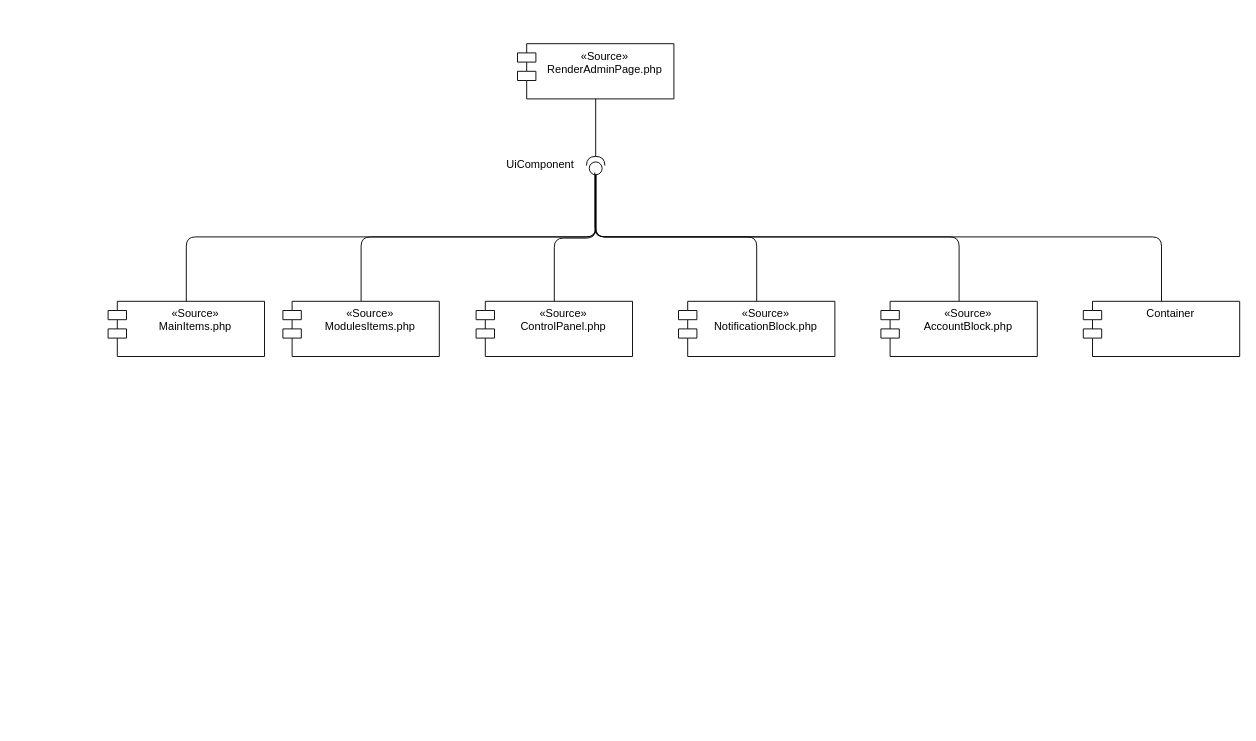
This is application architecture.drawio from VadimContentHunter/admin-panel, a draw.io file, before an edit. Source tidied: cells renumbered, new cells numbered last; positions are measured from the earlier drawing's top-left corner, leaving out a move shared by most shapes. Both pictures are drawn from the tidied source at 92%, with x=0, y=0 at pixel (108, 43).
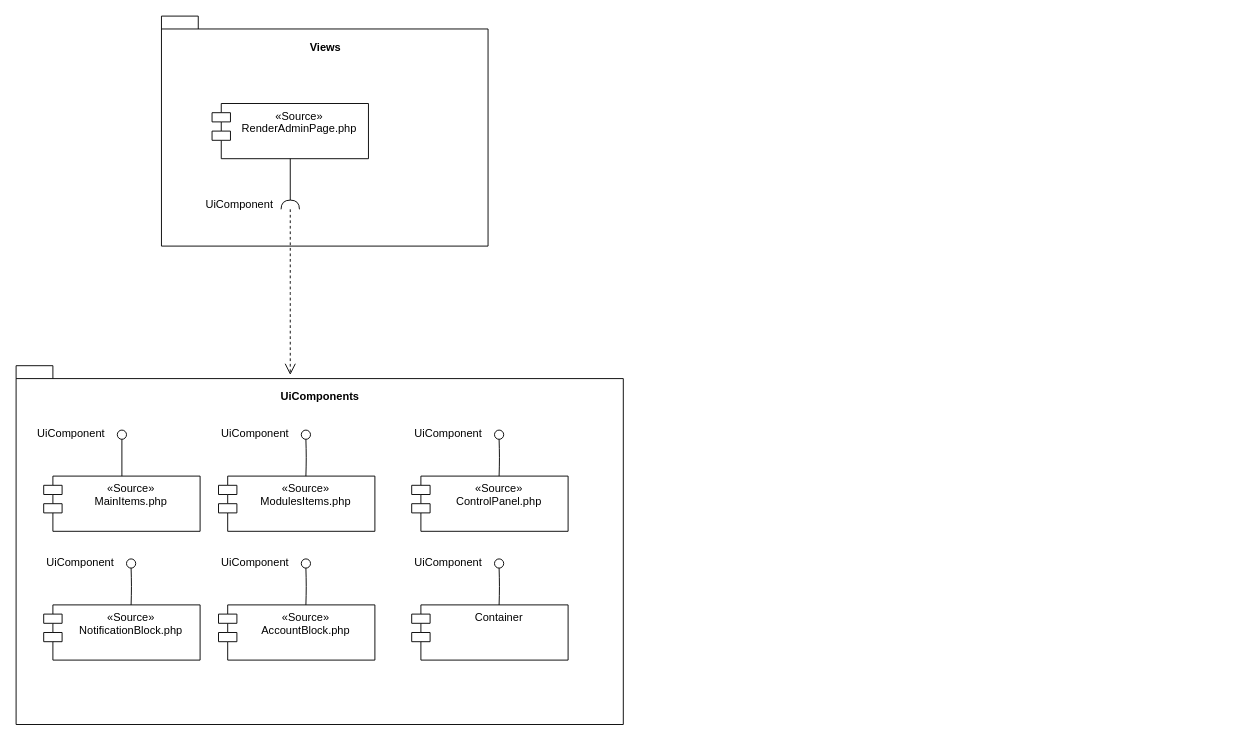
Above is the later version.

What changed in the source:
```diff
@@
+    <mxCell id="18" style="group;" parent="1" vertex="1">
+      <mxGeometry x="-100" y="350" width="660" height="390" as="geometry" />
+    </mxCell>
+    <mxCell id="19" value="UiComponents" style="shape=folder;fontStyle=1;spacingTop=20;tabWidth=40;tabHeight=14;tabPosition=left;align=center;spacing=2;fontColor=default;html=1;verticalAlign=top;" parent="18" vertex="1">
+      <mxGeometry width="660" height="390" as="geometry" />
+    </mxCell>
+    <mxCell id="5" value="«Source»&#10;MainItems.php" style="shape=module;align=left;spacingLeft=20;align=center;verticalAlign=top;" parent="18" vertex="1">
+      <mxGeometry x="30" y="120" width="170" height="60" as="geometry" />
+    </mxCell>
+    <mxCell id="9" value="«Source»&#10;ModulesItems.php" style="shape=module;align=left;spacingLeft=20;align=center;verticalAlign=top;" parent="18" vertex="1">
+      <mxGeometry x="220" y="120" width="170" height="60" as="geometry" />
+    </mxCell>
+    <mxCell id="11" value="«Source»&#10;ControlPanel.php" style="shape=module;align=left;spacingLeft=20;align=center;verticalAlign=top;" parent="18" vertex="1">
+      <mxGeometry x="430" y="120" width="170" height="60" as="geometry" />
+    </mxCell>
+    <mxCell id="13" value="«Source»&#10;NotificationBlock.php" style="shape=module;align=left;spacingLeft=20;align=center;verticalAlign=top;" parent="18" vertex="1">
+      <mxGeometry x="30" y="260" width="170" height="60" as="geometry" />
+    </mxCell>
+    <mxCell id="15" value="«Source»&#10;AccountBlock.php" style="shape=module;align=left;spacingLeft=20;align=center;verticalAlign=top;" parent="18" vertex="1">
+      <mxGeometry x="220" y="260" width="170" height="60" as="geometry" />
+    </mxCell>
+    <mxCell id="17" value="Container" style="shape=module;align=left;spacingLeft=20;align=center;verticalAlign=top;" parent="18" vertex="1">
+      <mxGeometry x="430" y="260" width="170" height="60" as="geometry" />
+    </mxCell>
+    <mxCell id="20" style="ellipse;whiteSpace=wrap;html=1;align=center;points=[];outlineConnect=0;sketch=0;strokeWidth=1;fontSize=12;" parent="18" vertex="1">
+      <mxGeometry x="110" y="70" width="10" height="10" as="geometry" />
+    </mxCell>
+    <mxCell id="21" style="edgeStyle=orthogonalEdgeStyle;rounded=1;jumpStyle=none;html=1;strokeWidth=1;fontColor=default;startArrow=none;startFill=0;endArrow=none;endFill=0;endSize=10;" parent="18" edge="1" source="5" target="20">
+      <mxGeometry relative="1" as="geometry" />
+    </mxCell>
+    <mxCell id="22" value="UiComponent" style="text;html=1;strokeColor=none;fillColor=none;align=center;verticalAlign=middle;whiteSpace=wrap;rounded=0;" parent="18" vertex="1">
+      <mxGeometry x="20" y="67.5" width="80" height="12.5" as="geometry" />
+    </mxCell>
+    <mxCell id="23" style="ellipse;whiteSpace=wrap;html=1;align=center;points=[];outlineConnect=0;sketch=0;strokeWidth=1;fontSize=12;" parent="18" vertex="1">
+      <mxGeometry x="310" y="70" width="10" height="10" as="geometry" />
+    </mxCell>
+    <mxCell id="24" style="edgeStyle=orthogonalEdgeStyle;rounded=1;jumpStyle=none;html=1;strokeWidth=1;fontColor=default;startArrow=none;startFill=0;endArrow=none;endFill=0;endSize=10;" parent="18" edge="1" target="23">
+      <mxGeometry relative="1" as="geometry">
+        <mxPoint x="315" y="120" as="sourcePoint" />
+      </mxGeometry>
+    </mxCell>
+    <mxCell id="25" value="UiComponent" style="text;html=1;strokeColor=none;fillColor=none;align=center;verticalAlign=middle;whiteSpace=wrap;rounded=0;" parent="18" vertex="1">
+      <mxGeometry x="220" y="67.5" width="80" height="12.5" as="geometry" />
+    </mxCell>
+    <mxCell id="26" style="ellipse;whiteSpace=wrap;html=1;align=center;points=[];outlineConnect=0;sketch=0;strokeWidth=1;fontSize=12;" parent="18" vertex="1">
+      <mxGeometry x="520" y="70" width="10" height="10" as="geometry" />
+    </mxCell>
+    <mxCell id="27" style="edgeStyle=orthogonalEdgeStyle;rounded=1;jumpStyle=none;html=1;strokeWidth=1;fontColor=default;startArrow=none;startFill=0;endArrow=none;endFill=0;endSize=10;" parent="18" edge="1" target="26">
+      <mxGeometry relative="1" as="geometry">
+        <mxPoint x="525" y="120" as="sourcePoint" />
+      </mxGeometry>
+    </mxCell>
+    <mxCell id="28" value="UiComponent" style="text;html=1;strokeColor=none;fillColor=none;align=center;verticalAlign=middle;whiteSpace=wrap;rounded=0;" parent="18" vertex="1">
+      <mxGeometry x="430" y="67.5" width="80" height="12.5" as="geometry" />
+    </mxCell>
+    <mxCell id="29" style="ellipse;whiteSpace=wrap;html=1;align=center;points=[];outlineConnect=0;sketch=0;strokeWidth=1;fontSize=12;" parent="18" vertex="1">
+      <mxGeometry x="520" y="210" width="10" height="10" as="geometry" />
+    </mxCell>
+    <mxCell id="30" style="edgeStyle=orthogonalEdgeStyle;rounded=1;jumpStyle=none;html=1;strokeWidth=1;fontColor=default;startArrow=none;startFill=0;endArrow=none;endFill=0;endSize=10;" parent="18" edge="1" target="29">
+      <mxGeometry relative="1" as="geometry">
+        <mxPoint x="525" y="260" as="sourcePoint" />
+      </mxGeometry>
+    </mxCell>
+    <mxCell id="31" value="UiComponent" style="text;html=1;strokeColor=none;fillColor=none;align=center;verticalAlign=middle;whiteSpace=wrap;rounded=0;" parent="18" vertex="1">
+      <mxGeometry x="430" y="207.5" width="80" height="12.5" as="geometry" />
+    </mxCell>
+    <mxCell id="32" style="ellipse;whiteSpace=wrap;html=1;align=center;points=[];outlineConnect=0;sketch=0;strokeWidth=1;fontSize=12;" parent="18" vertex="1">
+      <mxGeometry x="310" y="210" width="10" height="10" as="geometry" />
+    </mxCell>
+    <mxCell id="33" style="edgeStyle=orthogonalEdgeStyle;rounded=1;jumpStyle=none;html=1;strokeWidth=1;fontColor=default;startArrow=none;startFill=0;endArrow=none;endFill=0;endSize=10;" parent="18" edge="1" target="32">
+      <mxGeometry relative="1" as="geometry">
+        <mxPoint x="315" y="260" as="sourcePoint" />
+      </mxGeometry>
+    </mxCell>
+    <mxCell id="34" value="UiComponent" style="text;html=1;strokeColor=none;fillColor=none;align=center;verticalAlign=middle;whiteSpace=wrap;rounded=0;" parent="18" vertex="1">
+      <mxGeometry x="220" y="207.5" width="80" height="12.5" as="geometry" />
+    </mxCell>
+    <mxCell id="35" style="ellipse;whiteSpace=wrap;html=1;align=center;points=[];outlineConnect=0;sketch=0;strokeWidth=1;fontSize=12;" parent="18" vertex="1">
+      <mxGeometry x="120" y="210" width="10" height="10" as="geometry" />
+    </mxCell>
+    <mxCell id="36" style="edgeStyle=orthogonalEdgeStyle;rounded=1;jumpStyle=none;html=1;strokeWidth=1;fontColor=default;startArrow=none;startFill=0;endArrow=none;endFill=0;endSize=10;" parent="18" edge="1" target="35">
+      <mxGeometry relative="1" as="geometry">
+        <mxPoint x="125" y="260" as="sourcePoint" />
+      </mxGeometry>
+    </mxCell>
+    <mxCell id="37" value="UiComponent" style="text;html=1;strokeColor=none;fillColor=none;align=center;verticalAlign=middle;whiteSpace=wrap;rounded=0;" parent="18" vertex="1">
+      <mxGeometry x="30" y="207.5" width="80" height="12.5" as="geometry" />
+    </mxCell>
+    <mxCell id="38" style="group;" parent="1" vertex="1">
+      <mxGeometry x="58" y="-30" width="355" height="250" as="geometry" />
+    </mxCell>
+    <mxCell id="39" value="Views" style="shape=folder;fontStyle=1;spacingTop=20;tabWidth=40;tabHeight=14;tabPosition=left;html=1;fontColor=default;verticalAlign=top;" parent="38" vertex="1">
+      <mxGeometry width="355" height="250" as="geometry" />
+    </mxCell>
-    <mxCell id="2" value="«Source»&#10;RenderAdminPage.php" style="shape=module;align=left;spacingLeft=20;align=center;verticalAlign=top;" parent="1" vertex="1">
-      <mxGeometry x="445" width="170" height="60" as="geometry" />
+    <mxCell id="2" value="«Source»&#10;RenderAdminPage.php" style="shape=module;align=left;spacingLeft=20;align=center;verticalAlign=top;" parent="38" vertex="1">
+      <mxGeometry x="55" y="95" width="170" height="60" as="geometry" />
     </mxCell>
-    <mxCell id="3" style="rounded=0;jettySize=auto;html=1;endArrow=none;endFill=0;sketch=0;sourcePerimeterSpacing=0;targetPerimeterSpacing=0;" parent="1" edge="1" source="2" target="6">
+    <mxCell id="3" style="rounded=0;jettySize=auto;html=1;endArrow=none;endFill=0;sketch=0;sourcePerimeterSpacing=0;targetPerimeterSpacing=0;" parent="38" edge="1" source="2" target="40">
       <mxGeometry relative="1" as="geometry" />
     </mxCell>
-    <mxCell id="4" value="UiComponent" style="text;html=1;strokeColor=none;fillColor=none;align=center;verticalAlign=middle;whiteSpace=wrap;rounded=0;" parent="1" vertex="1">
-      <mxGeometry x="430" y="126.2" width="80" height="12.5" as="geometry" />
+    <mxCell id="4" value="UiComponent" style="text;html=1;strokeColor=none;fillColor=none;align=center;verticalAlign=middle;whiteSpace=wrap;rounded=0;" parent="38" vertex="1">
+      <mxGeometry x="45" y="198.8" width="80" height="12.5" as="geometry" />
     </mxCell>
-    <mxCell id="5" value="«Source»&#10;MainItems.php" style="shape=module;align=left;spacingLeft=20;align=center;verticalAlign=top;" parent="1" vertex="1">
-      <mxGeometry y="280" width="170" height="60" as="geometry" />
-    </mxCell>
-    <mxCell id="6" style="shape=providedRequiredInterface;html=1;verticalLabelPosition=bottom;sketch=0;rotation=-90;" parent="1" vertex="1">
-      <mxGeometry x="520" y="122.5" width="20" height="20" as="geometry" />
-    </mxCell>
-    <mxCell id="7" style="rounded=1;jettySize=auto;html=1;endArrow=none;endFill=0;sketch=0;sourcePerimeterSpacing=0;targetPerimeterSpacing=0;edgeStyle=orthogonalEdgeStyle;jumpStyle=none;" parent="1" edge="1" source="6" target="5">
-      <mxGeometry relative="1" as="geometry">
-        <Array as="points">
-          <mxPoint x="530" y="210" />
-          <mxPoint x="85" y="210" />
-        </Array>
-      </mxGeometry>
-    </mxCell>
-    <mxCell id="8" style="edgeStyle=orthogonalEdgeStyle;rounded=1;jumpStyle=none;html=1;entryX=0;entryY=0.5;entryDx=0;entryDy=0;entryPerimeter=0;endArrow=none;endFill=0;" parent="1" edge="1" source="9" target="6">
-      <mxGeometry relative="1" as="geometry">
-        <Array as="points">
-          <mxPoint x="275" y="210" />
-          <mxPoint x="530" y="210" />
-        </Array>
-      </mxGeometry>
-    </mxCell>
-    <mxCell id="9" value="«Source»&#10;ModulesItems.php" style="shape=module;align=left;spacingLeft=20;align=center;verticalAlign=top;" parent="1" vertex="1">
-      <mxGeometry x="190" y="280" width="170" height="60" as="geometry" />
-    </mxCell>
-    <mxCell id="10" style="edgeStyle=orthogonalEdgeStyle;rounded=1;jumpStyle=none;html=1;entryX=0;entryY=0.5;entryDx=0;entryDy=0;entryPerimeter=0;endArrow=none;endFill=0;" parent="1" edge="1" source="11" target="6">
-      <mxGeometry relative="1" as="geometry" />
-    </mxCell>
-    <mxCell id="11" value="«Source»&#10;ControlPanel.php" style="shape=module;align=left;spacingLeft=20;align=center;verticalAlign=top;" parent="1" vertex="1">
-      <mxGeometry x="400" y="280" width="170" height="60" as="geometry" />
-    </mxCell>
-    <mxCell id="12" style="edgeStyle=orthogonalEdgeStyle;rounded=1;jumpStyle=none;html=1;entryX=0;entryY=0.5;entryDx=0;entryDy=0;entryPerimeter=0;endArrow=none;endFill=0;" parent="1" edge="1" source="13" target="6">
-      <mxGeometry relative="1" as="geometry">
-        <Array as="points">
-          <mxPoint x="705" y="210" />
-          <mxPoint x="530" y="210" />
-        </Array>
-      </mxGeometry>
-    </mxCell>
-    <mxCell id="13" value="«Source»&#10;NotificationBlock.php" style="shape=module;align=left;spacingLeft=20;align=center;verticalAlign=top;" parent="1" vertex="1">
-      <mxGeometry x="620" y="280" width="170" height="60" as="geometry" />
-    </mxCell>
-    <mxCell id="14" style="edgeStyle=orthogonalEdgeStyle;rounded=1;jumpStyle=none;html=1;endArrow=none;endFill=0;" parent="1" edge="1" source="15">
-      <mxGeometry relative="1" as="geometry">
-        <mxPoint x="529" y="140" as="targetPoint" />
-        <Array as="points">
-          <mxPoint x="925" y="210" />
-          <mxPoint x="529" y="210" />
-        </Array>
-      </mxGeometry>
-    </mxCell>
-    <mxCell id="15" value="«Source»&#10;AccountBlock.php" style="shape=module;align=left;spacingLeft=20;align=center;verticalAlign=top;" parent="1" vertex="1">
-      <mxGeometry x="840" y="280" width="170" height="60" as="geometry" />
-    </mxCell>
-    <mxCell id="16" style="edgeStyle=orthogonalEdgeStyle;rounded=1;jumpStyle=none;html=1;entryX=0;entryY=0.5;entryDx=0;entryDy=0;entryPerimeter=0;endArrow=none;endFill=0;" parent="1" edge="1" source="17" target="6">
-      <mxGeometry relative="1" as="geometry">
-        <Array as="points">
-          <mxPoint x="1145" y="210" />
-          <mxPoint x="530" y="210" />
-        </Array>
-      </mxGeometry>
-    </mxCell>
-    <mxCell id="17" value="Container" style="shape=module;align=left;spacingLeft=20;align=center;verticalAlign=top;" parent="1" vertex="1">
-      <mxGeometry x="1060" y="280" width="170" height="60" as="geometry" />
-    </mxCell>
+    <mxCell id="40" style="shape=requiredInterface;html=1;verticalLabelPosition=bottom;sketch=0;rotation=-90;fontColor=default;" parent="38" vertex="1">
+      <mxGeometry x="135" y="195" width="10" height="20" as="geometry" />
+    </mxCell>
+    <mxCell id="41" style="edgeStyle=orthogonalEdgeStyle;rounded=1;jumpStyle=none;html=1;dashed=1;strokeWidth=1;fontSize=12;fontColor=default;startArrow=none;startFill=0;endArrow=open;endFill=0;endSize=10;" parent="1" edge="1" source="40">
+      <mxGeometry relative="1" as="geometry">
+        <mxPoint x="198" y="360" as="targetPoint" />
+      </mxGeometry>
+    </mxCell>
```
